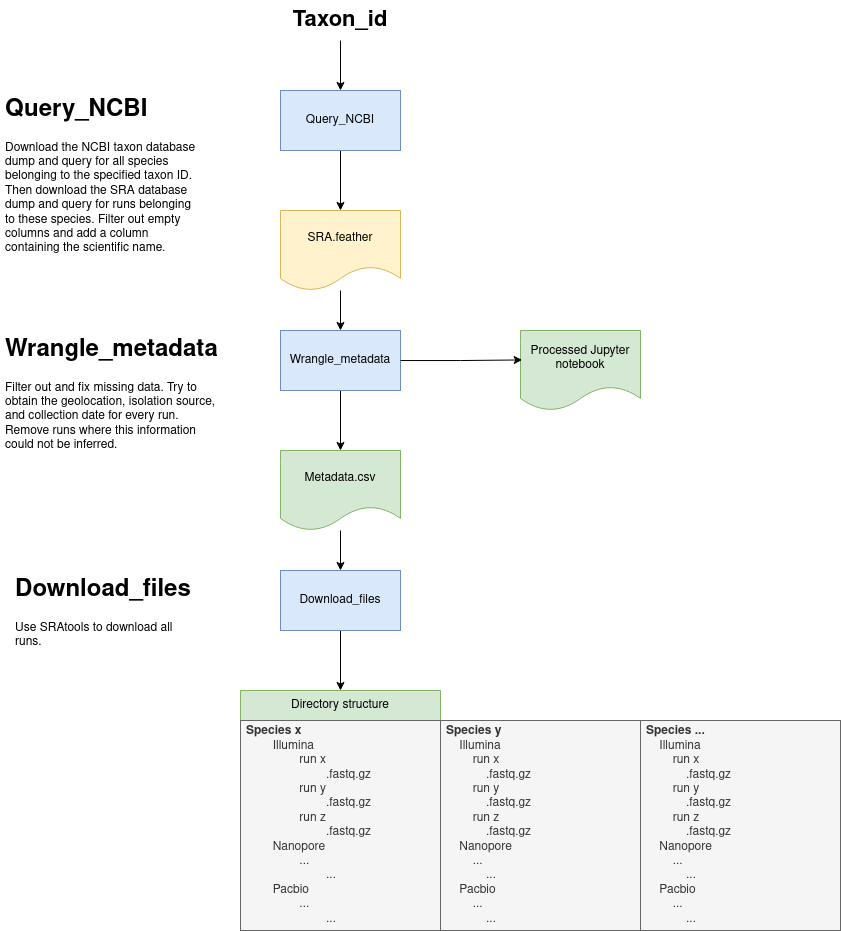
This is NCBI_download.drawio.png from bayraktar1/SRA-Data-Collector, a draw.io export, as it was before one commit. Source tidied: cells renumbered, new cells last; positions are measured from the earlier drawing's top-left corner, leaving out a move shared by most shapes.
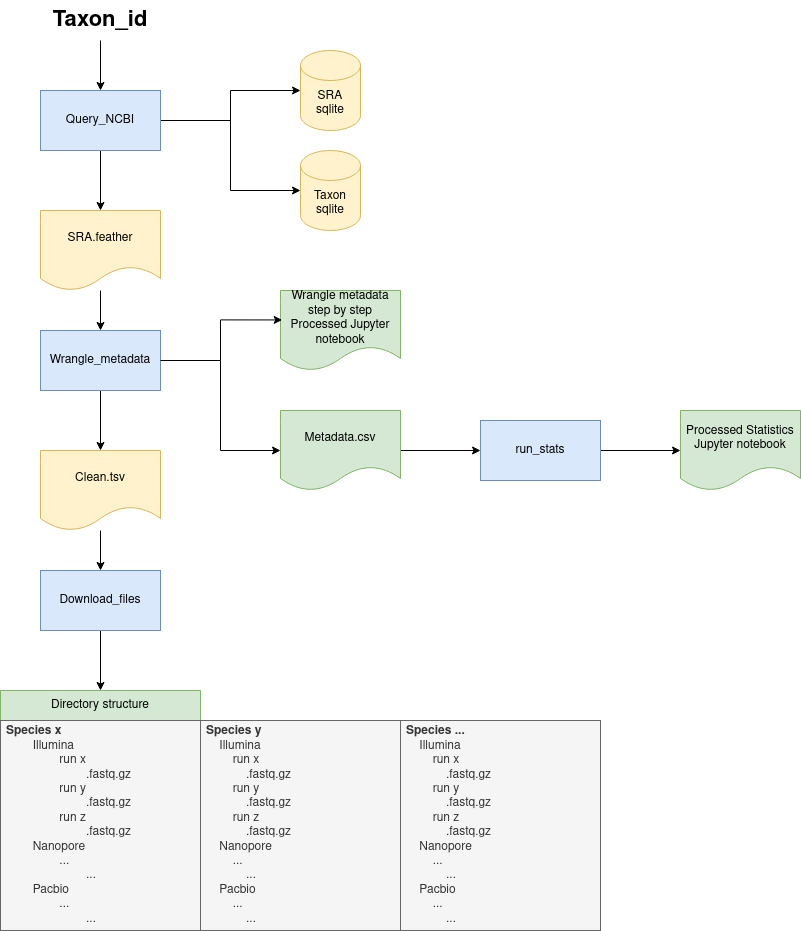
After the change.

What changed in the source:
```diff
@@ -5,10 +5,19 @@
     <mxCell id="2" style="edgeStyle=orthogonalEdgeStyle;rounded=0;jettySize=auto;html=1;" parent="1" edge="1" source="3" target="7">
       <mxGeometry relative="1" as="geometry" />
     </mxCell>
+    <mxCell id="23" style="edgeStyle=orthogonalEdgeStyle;rounded=0;jettySize=auto;html=1;" parent="1" edge="1" source="3" target="30">
+      <mxGeometry relative="1" as="geometry" />
+    </mxCell>
+    <mxCell id="24" style="edgeStyle=orthogonalEdgeStyle;rounded=0;jettySize=auto;html=1;" parent="1" edge="1" source="3" target="29">
+      <mxGeometry relative="1" as="geometry" />
+    </mxCell>
     <mxCell id="3" value="Query_NCBI" style="rounded=0;whiteSpace=wrap;html=1;fillColor=#dae8fc;strokeColor=#6c8ebf;" parent="1" vertex="1">
       <mxGeometry x="280" y="90" width="120" height="60" as="geometry" />
     </mxCell>
+    <mxCell id="25" style="edgeStyle=orthogonalEdgeStyle;rounded=0;jettySize=auto;html=1;" parent="1" edge="1" source="5" target="28">
+      <mxGeometry relative="1" as="geometry" />
+    </mxCell>
-    <mxCell id="4" style="edgeStyle=orthogonalEdgeStyle;rounded=0;jettySize=auto;html=1;" parent="1" edge="1" source="5" target="9">
+    <mxCell id="4" style="edgeStyle=orthogonalEdgeStyle;rounded=0;jettySize=auto;html=1;entryX=0;entryY=0.5;entryDx=0;entryDy=0;" parent="1" edge="1" source="5" target="9">
       <mxGeometry relative="1" as="geometry" />
     </mxCell>
     <mxCell id="5" value="Wrangle_metadata" style="rounded=0;whiteSpace=wrap;html=1;fillColor=#dae8fc;strokeColor=#6c8ebf;" parent="1" vertex="1">
@@ -20,11 +29,11 @@
     <mxCell id="7" value="SRA.feather" style="shape=document;whiteSpace=wrap;html=1;boundedLbl=1;fillColor=#fff2cc;strokeColor=#d6b656;" parent="1" vertex="1">
       <mxGeometry x="280" y="210" width="120" height="80" as="geometry" />
     </mxCell>
-    <mxCell id="8" style="edgeStyle=orthogonalEdgeStyle;rounded=0;jettySize=auto;html=1;" parent="1" edge="1" source="9" target="11">
-      <mxGeometry relative="1" as="geometry" />
-    </mxCell>
+    <mxCell id="26" style="edgeStyle=orthogonalEdgeStyle;rounded=0;jettySize=auto;html=1;" parent="1" edge="1" source="9" target="32">
+      <mxGeometry relative="1" as="geometry" />
+    </mxCell>
     <mxCell id="9" value="Metadata.csv" style="shape=document;whiteSpace=wrap;html=1;boundedLbl=1;fillColor=#d5e8d4;strokeColor=#82b366;" parent="1" vertex="1">
-      <mxGeometry x="280" y="450" width="120" height="80" as="geometry" />
+      <mxGeometry x="520" y="410" width="120" height="80" as="geometry" />
     </mxCell>
     <mxCell id="10" style="edgeStyle=orthogonalEdgeStyle;rounded=0;jettySize=auto;html=1;entryX=0.5;entryY=0;entryDx=0;entryDy=0;" parent="1" edge="1" source="11" target="14">
       <mxGeometry relative="1" as="geometry" />
@@ -44,26 +53,38 @@
     <mxCell id="15" value="&lt;div&gt;&lt;b&gt;Species x&lt;/b&gt;&lt;/div&gt;&lt;div&gt;&lt;span style=&quot;white-space: pre;&quot;&gt;&#9;&lt;/span&gt;Illumina&lt;/div&gt;&lt;div&gt;&lt;span style=&quot;white-space: pre;&quot;&gt;&#9;&lt;/span&gt;&lt;span style=&quot;white-space: pre;&quot;&gt;&#9;&lt;/span&gt;run x&amp;nbsp;&lt;/div&gt;&lt;div&gt;&lt;span style=&quot;white-space: pre;&quot;&gt;&#9;&lt;/span&gt;&lt;span style=&quot;white-space: pre;&quot;&gt;&#9;&lt;/span&gt;&lt;span style=&quot;white-space: pre;&quot;&gt;&#9;&lt;/span&gt;.fastq.gz&lt;/div&gt;&lt;div&gt;&lt;span style=&quot;white-space: pre;&quot;&gt;&#9;&lt;/span&gt;&lt;span style=&quot;white-space: pre;&quot;&gt;&#9;&lt;/span&gt;run y&lt;/div&gt;&lt;div&gt;&lt;span style=&quot;white-space: pre;&quot;&gt;&#9;&lt;/span&gt;&lt;span style=&quot;white-space: pre;&quot;&gt;&#9;&lt;/span&gt;&lt;span style=&quot;white-space: pre;&quot;&gt;&#9;&lt;/span&gt;.fastq.gz&lt;/div&gt;&lt;div&gt;&lt;span style=&quot;white-space: pre;&quot;&gt;&#9;&lt;/span&gt;&lt;span style=&quot;white-space: pre;&quot;&gt;&#9;&lt;/span&gt;run z&lt;/div&gt;&lt;div&gt;&lt;span style=&quot;white-space: pre;&quot;&gt;&#9;&lt;/span&gt;&lt;span style=&quot;white-space: pre;&quot;&gt;&#9;&lt;/span&gt;&lt;span style=&quot;white-space: pre;&quot;&gt;&#9;&lt;/span&gt;.fastq.gz&lt;br&gt;&lt;/div&gt;&lt;div&gt;&lt;span style=&quot;white-space: pre;&quot;&gt;&#9;&lt;/span&gt;Nanopore&lt;/div&gt;&lt;div&gt;&lt;span style=&quot;white-space: pre;&quot;&gt;&#9;&lt;/span&gt;&lt;span style=&quot;white-space: pre;&quot;&gt;&#9;&lt;/span&gt;...&lt;/div&gt;&lt;div&gt;&lt;span style=&quot;white-space: pre;&quot;&gt;&#9;&lt;/span&gt;&lt;span style=&quot;white-space: pre;&quot;&gt;&#9;&lt;/span&gt;&lt;span style=&quot;white-space: pre;&quot;&gt;&#9;&lt;/span&gt;...&lt;/div&gt;&lt;div&gt;&lt;span style=&quot;white-space: pre;&quot;&gt;&#9;&lt;/span&gt;Pacbio&lt;/div&gt;&lt;div&gt;&lt;span style=&quot;white-space: pre;&quot;&gt;&#9;&lt;/span&gt;&lt;span style=&quot;white-space: pre;&quot;&gt;&#9;&lt;/span&gt;...&lt;/div&gt;&lt;div&gt;&lt;span style=&quot;white-space: pre;&quot;&gt;&#9;&lt;/span&gt;&lt;span style=&quot;white-space: pre;&quot;&gt;&#9;&lt;/span&gt;&lt;span style=&quot;white-space: pre;&quot;&gt;&#9;&lt;/span&gt;...&lt;br&gt;&lt;/div&gt;" style="text;align=left;verticalAlign=middle;spacingLeft=4;spacingRight=4;overflow=hidden;whiteSpace=wrap;html=1;fillColor=#f5f5f5;fontColor=#333333;strokeColor=#666666;" parent="14" vertex="1">
       <mxGeometry y="30" width="200" height="210" as="geometry" />
     </mxCell>
-    <mxCell id="16" value="&lt;h1&gt;Query_NCBI&lt;/h1&gt;&lt;p&gt;Download the NCBI taxon database dump and query for all species belonging to the specified taxon ID. Then download the SRA database dump and query for runs belonging to these species. Filter out empty columns and add a column containing the scientific name.&lt;br&gt;&lt;/p&gt;" style="text;html=1;strokeColor=none;fillColor=none;spacing=5;spacingTop=-20;whiteSpace=wrap;overflow=hidden;rounded=0;" parent="1" vertex="1">
-      <mxGeometry y="90" width="200" height="180" as="geometry" />
-    </mxCell>
-    <mxCell id="17" value="&lt;h1&gt;Wrangle_metadata&lt;br&gt;&lt;/h1&gt;&lt;p&gt;Filter out and fix missing data. Try to obtain the geolocation, isolation source, and collection date for every run. Remove runs where this information could not be inferred.&lt;br&gt;&lt;/p&gt;" style="text;html=1;strokeColor=none;fillColor=none;spacing=5;spacingTop=-20;whiteSpace=wrap;overflow=hidden;rounded=0;" parent="1" vertex="1">
-      <mxGeometry y="330" width="220" height="120" as="geometry" />
-    </mxCell>
-    <mxCell id="18" value="Processed Jupyter notebook" style="shape=document;whiteSpace=wrap;html=1;boundedLbl=1;fillColor=#d5e8d4;strokeColor=#82b366;" parent="1" vertex="1">
-      <mxGeometry x="520" y="330" width="120" height="80" as="geometry" />
+    <mxCell id="18" value="Wrangle metadata step by step Processed Jupyter notebook" style="shape=document;whiteSpace=wrap;html=1;boundedLbl=1;fillColor=#d5e8d4;strokeColor=#82b366;" parent="1" vertex="1">
+      <mxGeometry x="520" y="290" width="120" height="80" as="geometry" />
     </mxCell>
     <mxCell id="19" style="edgeStyle=orthogonalEdgeStyle;rounded=0;jettySize=auto;html=1;entryX=0.014;entryY=0.368;entryDx=0;entryDy=0;entryPerimeter=0;" parent="1" edge="1" source="5" target="18">
       <mxGeometry relative="1" as="geometry" />
     </mxCell>
-    <mxCell id="20" value="&lt;h1&gt;Download_files&lt;/h1&gt;&lt;p&gt;Use SRAtools to download all runs.&lt;br&gt;&lt;/p&gt;" style="text;html=1;strokeColor=none;fillColor=none;spacing=5;spacingTop=-20;whiteSpace=wrap;overflow=hidden;rounded=0;" parent="1" vertex="1">
-      <mxGeometry x="10" y="570" width="190" height="120" as="geometry" />
-    </mxCell>
     <mxCell id="21" value="&lt;div&gt;&lt;b&gt;Species y&lt;/b&gt;&lt;br&gt;&lt;/div&gt;&lt;div&gt;&lt;span style=&quot;white-space: pre;&quot;&gt;&amp;nbsp;&amp;nbsp;&amp;nbsp;&amp;nbsp;&lt;/span&gt;Illumina&lt;/div&gt;&lt;div&gt;&lt;span style=&quot;&quot;&gt;&lt;span style=&quot;white-space: pre;&quot;&gt;&amp;nbsp;&amp;nbsp;&amp;nbsp;&amp;nbsp;&lt;/span&gt;&lt;/span&gt;&lt;span style=&quot;&quot;&gt;&lt;span style=&quot;white-space: pre;&quot;&gt;&amp;nbsp;&amp;nbsp;&amp;nbsp;&amp;nbsp;&lt;/span&gt;&lt;/span&gt;run x&amp;nbsp;&lt;/div&gt;&lt;div&gt;&lt;span style=&quot;&quot;&gt;&lt;span style=&quot;white-space: pre;&quot;&gt;&amp;nbsp;&amp;nbsp;&amp;nbsp;&amp;nbsp;&lt;/span&gt;&lt;/span&gt;&lt;span style=&quot;&quot;&gt;&lt;span style=&quot;white-space: pre;&quot;&gt;&amp;nbsp;&amp;nbsp;&amp;nbsp;&amp;nbsp;&lt;/span&gt;&lt;/span&gt;&lt;span style=&quot;&quot;&gt;&lt;span style=&quot;white-space: pre;&quot;&gt;&amp;nbsp;&amp;nbsp;&amp;nbsp;&amp;nbsp;&lt;/span&gt;&lt;/span&gt;.fastq.gz&lt;/div&gt;&lt;div&gt;&lt;span style=&quot;&quot;&gt;&lt;span style=&quot;white-space: pre;&quot;&gt;&amp;nbsp;&amp;nbsp;&amp;nbsp;&amp;nbsp;&lt;/span&gt;&lt;/span&gt;&lt;span style=&quot;&quot;&gt;&lt;span style=&quot;white-space: pre;&quot;&gt;&amp;nbsp;&amp;nbsp;&amp;nbsp;&amp;nbsp;&lt;/span&gt;&lt;/span&gt;run y&lt;/div&gt;&lt;div&gt;&lt;span style=&quot;&quot;&gt;&lt;span style=&quot;white-space: pre;&quot;&gt;&amp;nbsp;&amp;nbsp;&amp;nbsp;&amp;nbsp;&lt;/span&gt;&lt;/span&gt;&lt;span style=&quot;&quot;&gt;&lt;span style=&quot;white-space: pre;&quot;&gt;&amp;nbsp;&amp;nbsp;&amp;nbsp;&amp;nbsp;&lt;/span&gt;&lt;/span&gt;&lt;span style=&quot;&quot;&gt;&lt;span style=&quot;white-space: pre;&quot;&gt;&amp;nbsp;&amp;nbsp;&amp;nbsp;&amp;nbsp;&lt;/span&gt;&lt;/span&gt;.fastq.gz&lt;/div&gt;&lt;div&gt;&lt;span style=&quot;&quot;&gt;&lt;span style=&quot;white-space: pre;&quot;&gt;&amp;nbsp;&amp;nbsp;&amp;nbsp;&amp;nbsp;&lt;/span&gt;&lt;/span&gt;&lt;span style=&quot;&quot;&gt;&lt;span style=&quot;white-space: pre;&quot;&gt;&amp;nbsp;&amp;nbsp;&amp;nbsp;&amp;nbsp;&lt;/span&gt;&lt;/span&gt;run z&lt;/div&gt;&lt;div&gt;&lt;span style=&quot;&quot;&gt;&lt;span style=&quot;white-space: pre;&quot;&gt;&amp;nbsp;&amp;nbsp;&amp;nbsp;&amp;nbsp;&lt;/span&gt;&lt;/span&gt;&lt;span style=&quot;&quot;&gt;&lt;span style=&quot;white-space: pre;&quot;&gt;&amp;nbsp;&amp;nbsp;&amp;nbsp;&amp;nbsp;&lt;/span&gt;&lt;/span&gt;&lt;span style=&quot;&quot;&gt;&lt;span style=&quot;white-space: pre;&quot;&gt;&amp;nbsp;&amp;nbsp;&amp;nbsp;&amp;nbsp;&lt;/span&gt;&lt;/span&gt;.fastq.gz&lt;br&gt;&lt;/div&gt;&lt;div&gt;&lt;span style=&quot;&quot;&gt;&lt;span style=&quot;white-space: pre;&quot;&gt;&amp;nbsp;&amp;nbsp;&amp;nbsp;&amp;nbsp;&lt;/span&gt;&lt;/span&gt;Nanopore&lt;/div&gt;&lt;div&gt;&lt;span style=&quot;&quot;&gt;&lt;span style=&quot;white-space: pre;&quot;&gt;&amp;nbsp;&amp;nbsp;&amp;nbsp;&amp;nbsp;&lt;/span&gt;&lt;/span&gt;&lt;span style=&quot;&quot;&gt;&lt;span style=&quot;white-space: pre;&quot;&gt;&amp;nbsp;&amp;nbsp;&amp;nbsp;&amp;nbsp;&lt;/span&gt;&lt;/span&gt;...&lt;/div&gt;&lt;div&gt;&lt;span style=&quot;&quot;&gt;&lt;span style=&quot;white-space: pre;&quot;&gt;&amp;nbsp;&amp;nbsp;&amp;nbsp;&amp;nbsp;&lt;/span&gt;&lt;/span&gt;&lt;span style=&quot;&quot;&gt;&lt;span style=&quot;white-space: pre;&quot;&gt;&amp;nbsp;&amp;nbsp;&amp;nbsp;&amp;nbsp;&lt;/span&gt;&lt;/span&gt;&lt;span style=&quot;&quot;&gt;&lt;span style=&quot;white-space: pre;&quot;&gt;&amp;nbsp;&amp;nbsp;&amp;nbsp;&amp;nbsp;&lt;/span&gt;&lt;/span&gt;...&lt;/div&gt;&lt;div&gt;&lt;span style=&quot;&quot;&gt;&lt;span style=&quot;white-space: pre;&quot;&gt;&amp;nbsp;&amp;nbsp;&amp;nbsp;&amp;nbsp;&lt;/span&gt;&lt;/span&gt;Pacbio&lt;/div&gt;&lt;div&gt;&lt;span style=&quot;&quot;&gt;&lt;span style=&quot;white-space: pre;&quot;&gt;&amp;nbsp;&amp;nbsp;&amp;nbsp;&amp;nbsp;&lt;/span&gt;&lt;/span&gt;&lt;span style=&quot;&quot;&gt;&lt;span style=&quot;white-space: pre;&quot;&gt;&amp;nbsp;&amp;nbsp;&amp;nbsp;&amp;nbsp;&lt;/span&gt;&lt;/span&gt;...&lt;/div&gt;&lt;span style=&quot;&quot;&gt;&lt;span style=&quot;white-space: pre;&quot;&gt;&amp;nbsp;&amp;nbsp;&amp;nbsp;&amp;nbsp;&lt;/span&gt;&lt;/span&gt;&lt;span style=&quot;&quot;&gt;&lt;span style=&quot;white-space: pre;&quot;&gt;&amp;nbsp;&amp;nbsp;&amp;nbsp;&amp;nbsp;&lt;/span&gt;&lt;/span&gt;&lt;span style=&quot;&quot;&gt;&lt;span style=&quot;white-space: pre;&quot;&gt;&amp;nbsp;&amp;nbsp;&amp;nbsp;&amp;nbsp;&lt;/span&gt;&lt;/span&gt;..." style="text;align=left;verticalAlign=middle;spacingLeft=4;spacingRight=4;overflow=hidden;whiteSpace=wrap;html=1;fillColor=#f5f5f5;fontColor=#333333;strokeColor=#666666;" parent="1" vertex="1">
       <mxGeometry x="440" y="720" width="200" height="210" as="geometry" />
     </mxCell>
     <mxCell id="22" value="&lt;div&gt;&lt;b&gt;Species ...&lt;/b&gt;&lt;br&gt;&lt;/div&gt;&lt;div&gt;&lt;span style=&quot;white-space: pre;&quot;&gt;&amp;nbsp;&amp;nbsp;&amp;nbsp;&amp;nbsp;&lt;/span&gt;Illumina&lt;/div&gt;&lt;div&gt;&lt;span style=&quot;&quot;&gt;&lt;span style=&quot;white-space: pre;&quot;&gt;&amp;nbsp;&amp;nbsp;&amp;nbsp;&amp;nbsp;&lt;/span&gt;&lt;/span&gt;&lt;span style=&quot;&quot;&gt;&lt;span style=&quot;white-space: pre;&quot;&gt;&amp;nbsp;&amp;nbsp;&amp;nbsp;&amp;nbsp;&lt;/span&gt;&lt;/span&gt;run x&amp;nbsp;&lt;/div&gt;&lt;div&gt;&lt;span style=&quot;&quot;&gt;&lt;span style=&quot;white-space: pre;&quot;&gt;&amp;nbsp;&amp;nbsp;&amp;nbsp;&amp;nbsp;&lt;/span&gt;&lt;/span&gt;&lt;span style=&quot;&quot;&gt;&lt;span style=&quot;white-space: pre;&quot;&gt;&amp;nbsp;&amp;nbsp;&amp;nbsp;&amp;nbsp;&lt;/span&gt;&lt;/span&gt;&lt;span style=&quot;&quot;&gt;&lt;span style=&quot;white-space: pre;&quot;&gt;&amp;nbsp;&amp;nbsp;&amp;nbsp;&amp;nbsp;&lt;/span&gt;&lt;/span&gt;.fastq.gz&lt;/div&gt;&lt;div&gt;&lt;span style=&quot;&quot;&gt;&lt;span style=&quot;white-space: pre;&quot;&gt;&amp;nbsp;&amp;nbsp;&amp;nbsp;&amp;nbsp;&lt;/span&gt;&lt;/span&gt;&lt;span style=&quot;&quot;&gt;&lt;span style=&quot;white-space: pre;&quot;&gt;&amp;nbsp;&amp;nbsp;&amp;nbsp;&amp;nbsp;&lt;/span&gt;&lt;/span&gt;run y&lt;/div&gt;&lt;div&gt;&lt;span style=&quot;&quot;&gt;&lt;span style=&quot;white-space: pre;&quot;&gt;&amp;nbsp;&amp;nbsp;&amp;nbsp;&amp;nbsp;&lt;/span&gt;&lt;/span&gt;&lt;span style=&quot;&quot;&gt;&lt;span style=&quot;white-space: pre;&quot;&gt;&amp;nbsp;&amp;nbsp;&amp;nbsp;&amp;nbsp;&lt;/span&gt;&lt;/span&gt;&lt;span style=&quot;&quot;&gt;&lt;span style=&quot;white-space: pre;&quot;&gt;&amp;nbsp;&amp;nbsp;&amp;nbsp;&amp;nbsp;&lt;/span&gt;&lt;/span&gt;.fastq.gz&lt;/div&gt;&lt;div&gt;&lt;span style=&quot;&quot;&gt;&lt;span style=&quot;white-space: pre;&quot;&gt;&amp;nbsp;&amp;nbsp;&amp;nbsp;&amp;nbsp;&lt;/span&gt;&lt;/span&gt;&lt;span style=&quot;&quot;&gt;&lt;span style=&quot;white-space: pre;&quot;&gt;&amp;nbsp;&amp;nbsp;&amp;nbsp;&amp;nbsp;&lt;/span&gt;&lt;/span&gt;run z&lt;/div&gt;&lt;div&gt;&lt;span style=&quot;&quot;&gt;&lt;span style=&quot;white-space: pre;&quot;&gt;&amp;nbsp;&amp;nbsp;&amp;nbsp;&amp;nbsp;&lt;/span&gt;&lt;/span&gt;&lt;span style=&quot;&quot;&gt;&lt;span style=&quot;white-space: pre;&quot;&gt;&amp;nbsp;&amp;nbsp;&amp;nbsp;&amp;nbsp;&lt;/span&gt;&lt;/span&gt;&lt;span style=&quot;&quot;&gt;&lt;span style=&quot;white-space: pre;&quot;&gt;&amp;nbsp;&amp;nbsp;&amp;nbsp;&amp;nbsp;&lt;/span&gt;&lt;/span&gt;.fastq.gz&lt;br&gt;&lt;/div&gt;&lt;div&gt;&lt;span style=&quot;&quot;&gt;&lt;span style=&quot;white-space: pre;&quot;&gt;&amp;nbsp;&amp;nbsp;&amp;nbsp;&amp;nbsp;&lt;/span&gt;&lt;/span&gt;Nanopore&lt;/div&gt;&lt;div&gt;&lt;span style=&quot;&quot;&gt;&lt;span style=&quot;white-space: pre;&quot;&gt;&amp;nbsp;&amp;nbsp;&amp;nbsp;&amp;nbsp;&lt;/span&gt;&lt;/span&gt;&lt;span style=&quot;&quot;&gt;&lt;span style=&quot;white-space: pre;&quot;&gt;&amp;nbsp;&amp;nbsp;&amp;nbsp;&amp;nbsp;&lt;/span&gt;&lt;/span&gt;...&lt;/div&gt;&lt;div&gt;&lt;span style=&quot;&quot;&gt;&lt;span style=&quot;white-space: pre;&quot;&gt;&amp;nbsp;&amp;nbsp;&amp;nbsp;&amp;nbsp;&lt;/span&gt;&lt;/span&gt;&lt;span style=&quot;&quot;&gt;&lt;span style=&quot;white-space: pre;&quot;&gt;&amp;nbsp;&amp;nbsp;&amp;nbsp;&amp;nbsp;&lt;/span&gt;&lt;/span&gt;&lt;span style=&quot;&quot;&gt;&lt;span style=&quot;white-space: pre;&quot;&gt;&amp;nbsp;&amp;nbsp;&amp;nbsp;&amp;nbsp;&lt;/span&gt;&lt;/span&gt;...&lt;/div&gt;&lt;div&gt;&lt;span style=&quot;&quot;&gt;&lt;span style=&quot;white-space: pre;&quot;&gt;&amp;nbsp;&amp;nbsp;&amp;nbsp;&amp;nbsp;&lt;/span&gt;&lt;/span&gt;Pacbio&lt;/div&gt;&lt;div&gt;&lt;span style=&quot;&quot;&gt;&lt;span style=&quot;white-space: pre;&quot;&gt;&amp;nbsp;&amp;nbsp;&amp;nbsp;&amp;nbsp;&lt;/span&gt;&lt;/span&gt;&lt;span style=&quot;&quot;&gt;&lt;span style=&quot;white-space: pre;&quot;&gt;&amp;nbsp;&amp;nbsp;&amp;nbsp;&amp;nbsp;&lt;/span&gt;&lt;/span&gt;...&lt;/div&gt;&lt;span style=&quot;&quot;&gt;&lt;span style=&quot;white-space: pre;&quot;&gt;&amp;nbsp;&amp;nbsp;&amp;nbsp;&amp;nbsp;&lt;/span&gt;&lt;/span&gt;&lt;span style=&quot;&quot;&gt;&lt;span style=&quot;white-space: pre;&quot;&gt;&amp;nbsp;&amp;nbsp;&amp;nbsp;&amp;nbsp;&lt;/span&gt;&lt;/span&gt;&lt;span style=&quot;&quot;&gt;&lt;span style=&quot;white-space: pre;&quot;&gt;&amp;nbsp;&amp;nbsp;&amp;nbsp;&amp;nbsp;&lt;/span&gt;&lt;/span&gt;..." style="text;strokeColor=#666666;fillColor=#f5f5f5;align=left;verticalAlign=middle;spacingLeft=4;spacingRight=4;overflow=hidden;whiteSpace=wrap;html=1;fontColor=#333333;" parent="1" vertex="1">
       <mxGeometry x="640" y="720" width="200" height="210" as="geometry" />
     </mxCell>
+    <mxCell id="27" style="edgeStyle=orthogonalEdgeStyle;rounded=0;jettySize=auto;html=1;" parent="1" edge="1" source="28" target="11">
+      <mxGeometry relative="1" as="geometry" />
+    </mxCell>
+    <mxCell id="28" value="Clean.tsv" style="shape=document;whiteSpace=wrap;html=1;boundedLbl=1;fillColor=#fff2cc;strokeColor=#d6b656;" parent="1" vertex="1">
+      <mxGeometry x="280" y="450" width="120" height="80" as="geometry" />
+    </mxCell>
+    <mxCell id="29" value="Taxon&lt;br&gt;sqlite" style="shape=cylinder3;whiteSpace=wrap;html=1;boundedLbl=1;backgroundOutline=1;size=15;fillColor=#fff2cc;strokeColor=#d6b656;" parent="1" vertex="1">
+      <mxGeometry x="540" y="150" width="60" height="80" as="geometry" />
+    </mxCell>
+    <mxCell id="30" value="SRA&lt;br&gt;sqlite" style="shape=cylinder3;whiteSpace=wrap;html=1;boundedLbl=1;backgroundOutline=1;size=15;fillColor=#fff2cc;strokeColor=#d6b656;" parent="1" vertex="1">
+      <mxGeometry x="540" y="50" width="60" height="80" as="geometry" />
+    </mxCell>
+    <mxCell id="31" style="edgeStyle=orthogonalEdgeStyle;rounded=0;jettySize=auto;html=1;" parent="1" edge="1" source="32" target="33">
+      <mxGeometry relative="1" as="geometry" />
+    </mxCell>
+    <mxCell id="32" value="run_stats" style="rounded=0;whiteSpace=wrap;html=1;fillColor=#dae8fc;strokeColor=#6c8ebf;" parent="1" vertex="1">
+      <mxGeometry x="720" y="420" width="120" height="60" as="geometry" />
+    </mxCell>
+    <mxCell id="33" value="Processed Statistics&lt;br&gt;Jupyter notebook" style="shape=document;whiteSpace=wrap;html=1;boundedLbl=1;fillColor=#d5e8d4;strokeColor=#82b366;" parent="1" vertex="1">
+      <mxGeometry x="920" y="410" width="120" height="80" as="geometry" />
+    </mxCell>
   </root>
 </mxGraphModel>
```
